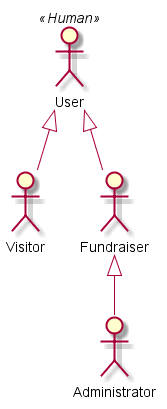
This is out/Conception/Diagrams/plantUml/Actors/actors/Actors.png from mlnomadpy/Sahem, a PlantUML export, as it was before one commit.
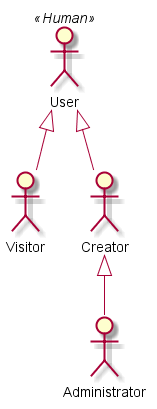
The same file after the commit.

Diff of the diagram source:
```diff
@@ -1,7 +1,7 @@
 @startuml Actors
 actor User as A1 << Human >>
 actor Visitor as A2
-actor Fundraiser as A3
+actor Creator as A3
 actor Administrator as A5
 A1 <|-down- A3
 A1 <|-down- A2
```
